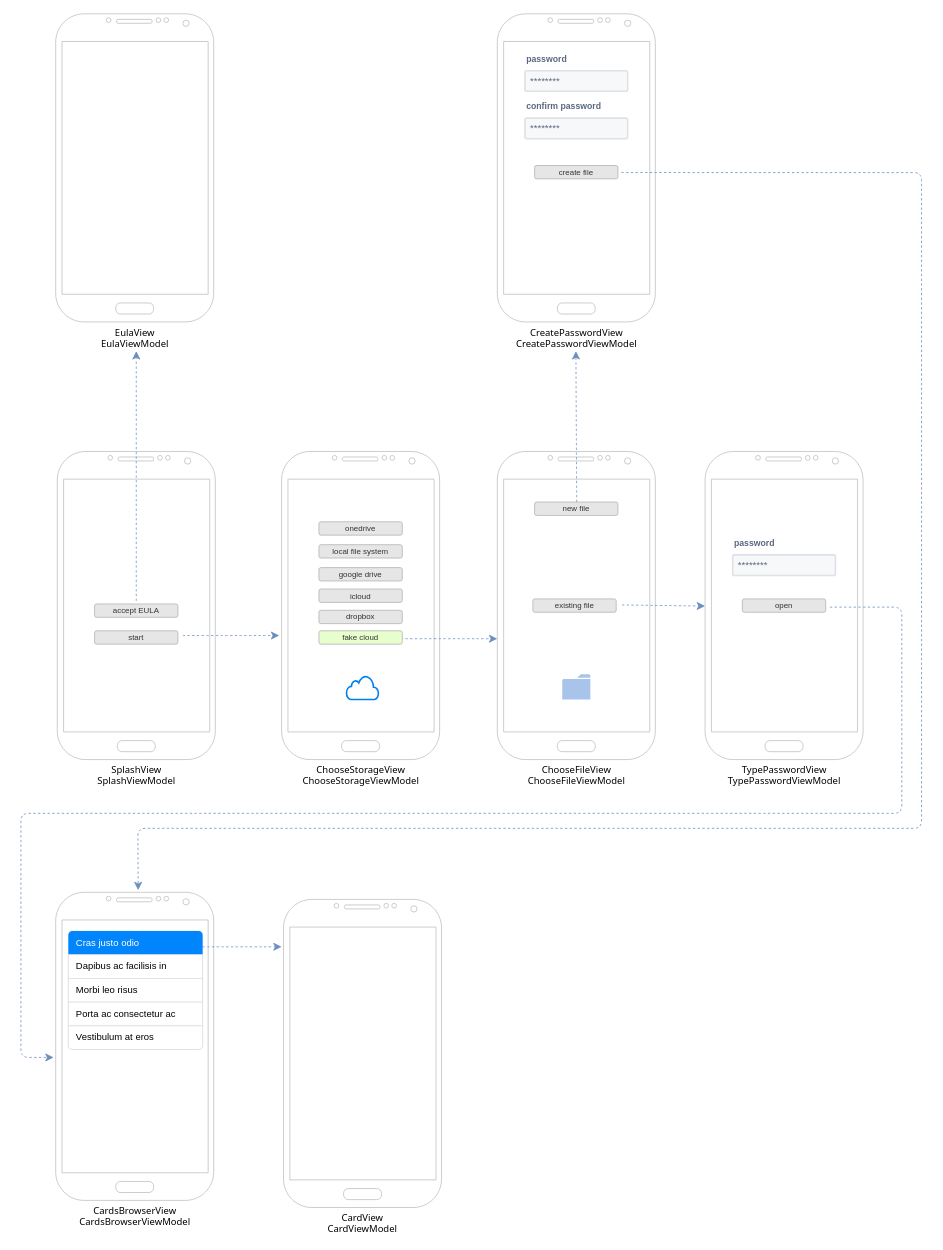
This is docs/navigation.drawio from nicolgit/blast, a draw.io file, before an edit. Source tidied: cells renumbered, new cells numbered last; positions are measured from the earlier drawing's top-left corner, leaving out a move shared by most shapes. Both pictures are drawn from the tidied source at 79%, with x=0, y=0 at pixel (21, 13).
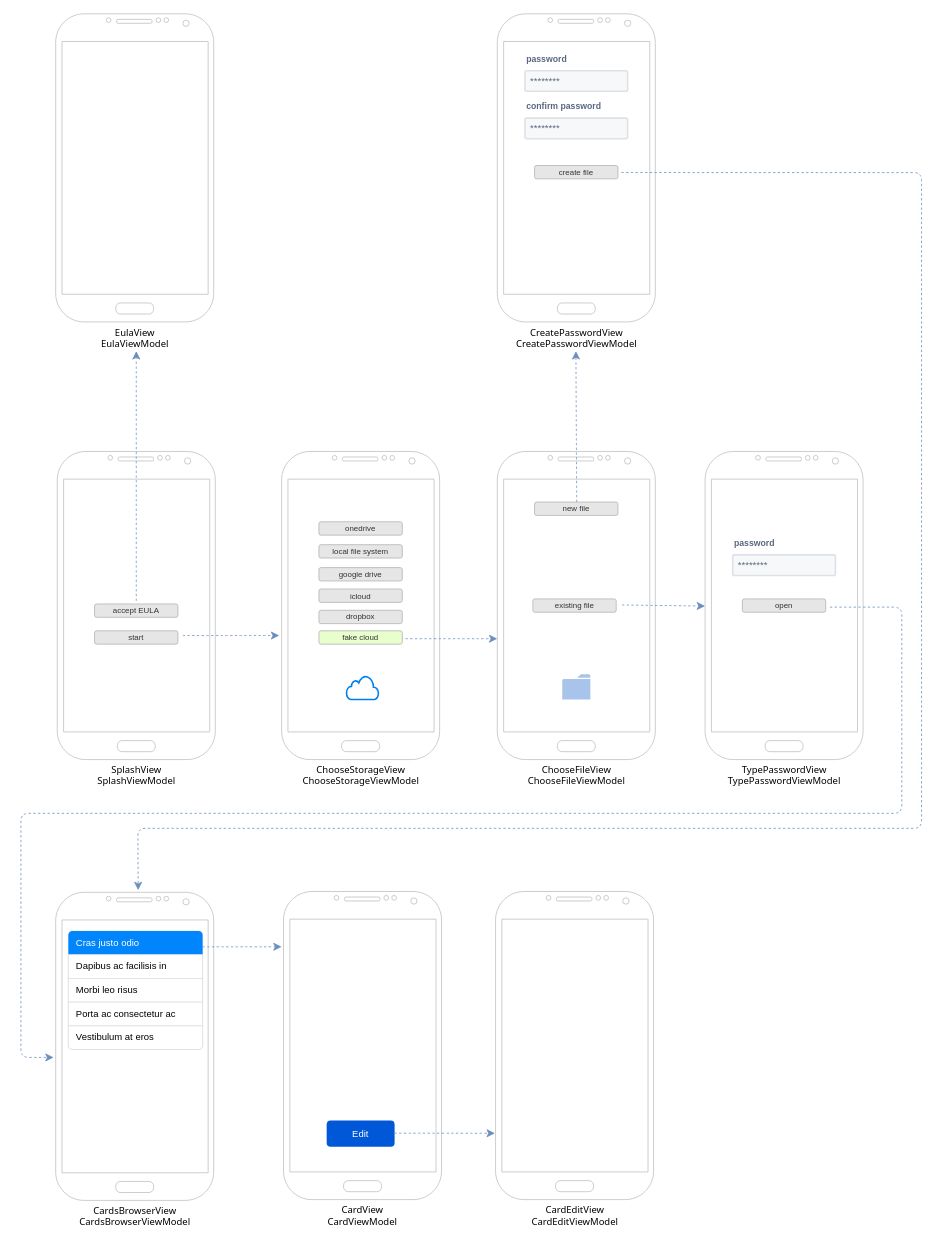
The same page after the edit.

The edit, as a diff of the source:
```diff
@@
     <mxCell id="36" value="CardView&lt;br&gt;CardViewModel" style="verticalLabelPosition=bottom;verticalAlign=top;html=1;shadow=0;dashed=0;strokeWidth=1;shape=mxgraph.android.phone2;strokeColor=#c0c0c0;fontSize=12;fontFamily=Tahoma;" parent="1" vertex="1">
-      <mxGeometry x="332.4" y="1121" width="200" height="390" as="geometry" />
+      <mxGeometry x="332.4" y="1111" width="200" height="390" as="geometry" />
     </mxCell>
@@
+    <mxCell id="44" value="CardEditView&lt;br&gt;CardEditViewModel" style="verticalLabelPosition=bottom;verticalAlign=top;html=1;shadow=0;dashed=0;strokeWidth=1;shape=mxgraph.android.phone2;strokeColor=#c0c0c0;fontSize=12;fontFamily=Tahoma;" parent="1" vertex="1">
+      <mxGeometry x="600.8" y="1111" width="200" height="390" as="geometry" />
+    </mxCell>
+    <mxCell id="45" value="Edit" style="rounded=1;fillColor=#0057D8;strokeColor=none;html=1;whiteSpace=wrap;fontColor=#ffffff;align=center;verticalAlign=middle;fontStyle=0;fontSize=12;sketch=0;" parent="1" vertex="1">
+      <mxGeometry x="387" y="1401" width="86" height="33" as="geometry" />
+    </mxCell>
+    <mxCell id="46" style="endArrow=classic;html=1;rounded=0;fontSize=12;startSize=8;endSize=8;curved=1;fillColor=#dae8fc;strokeColor=#6c8ebf;dashed=1;" parent="1" edge="1">
+      <mxGeometry relative="1" as="geometry">
+        <mxPoint x="473" y="1416.9" as="sourcePoint" />
+        <mxPoint x="600" y="1417" as="targetPoint" />
+      </mxGeometry>
+    </mxCell>
```
